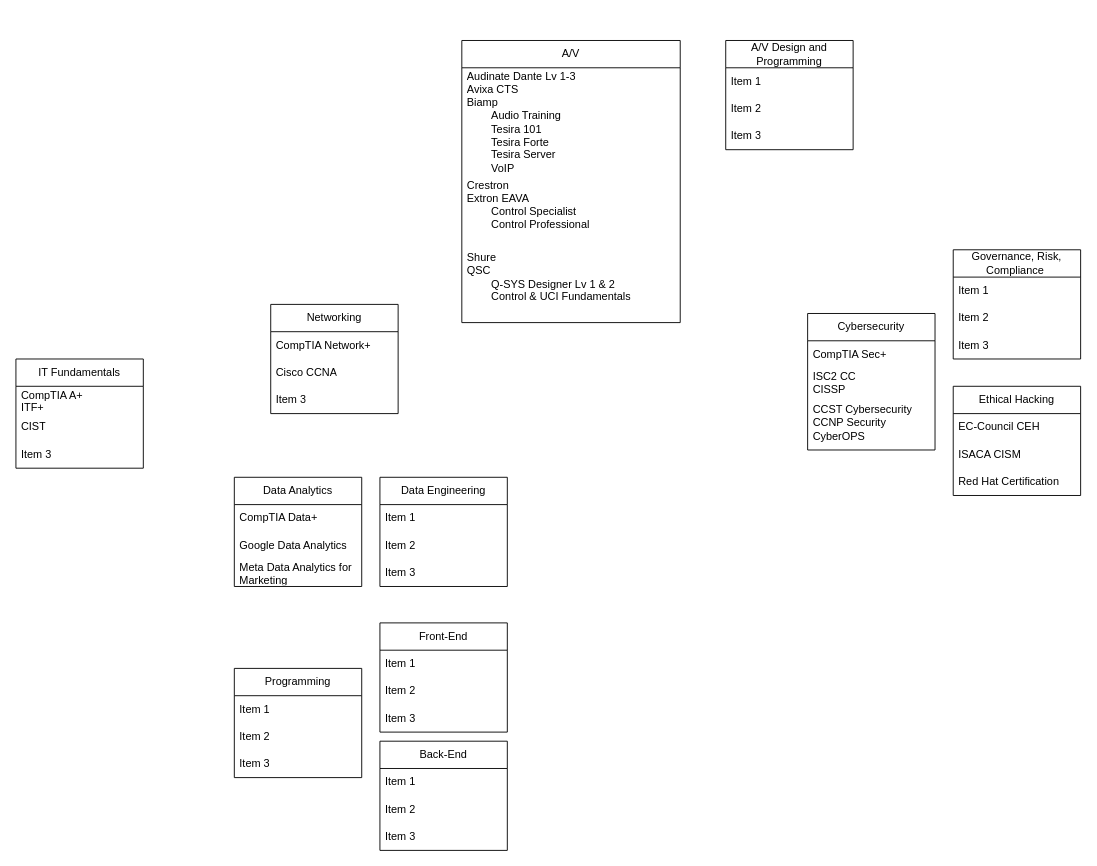
Above: Learning Path.drawio in cantcakick/HW (draw.io), before the change. Source tidied: cells renumbered, new cells numbered last; positions are measured from the earlier drawing's top-left corner, leaving out a move shared by most shapes. Both pictures are drawn from the tidied source at 91%, with x=0, y=0 at pixel (15, 40).
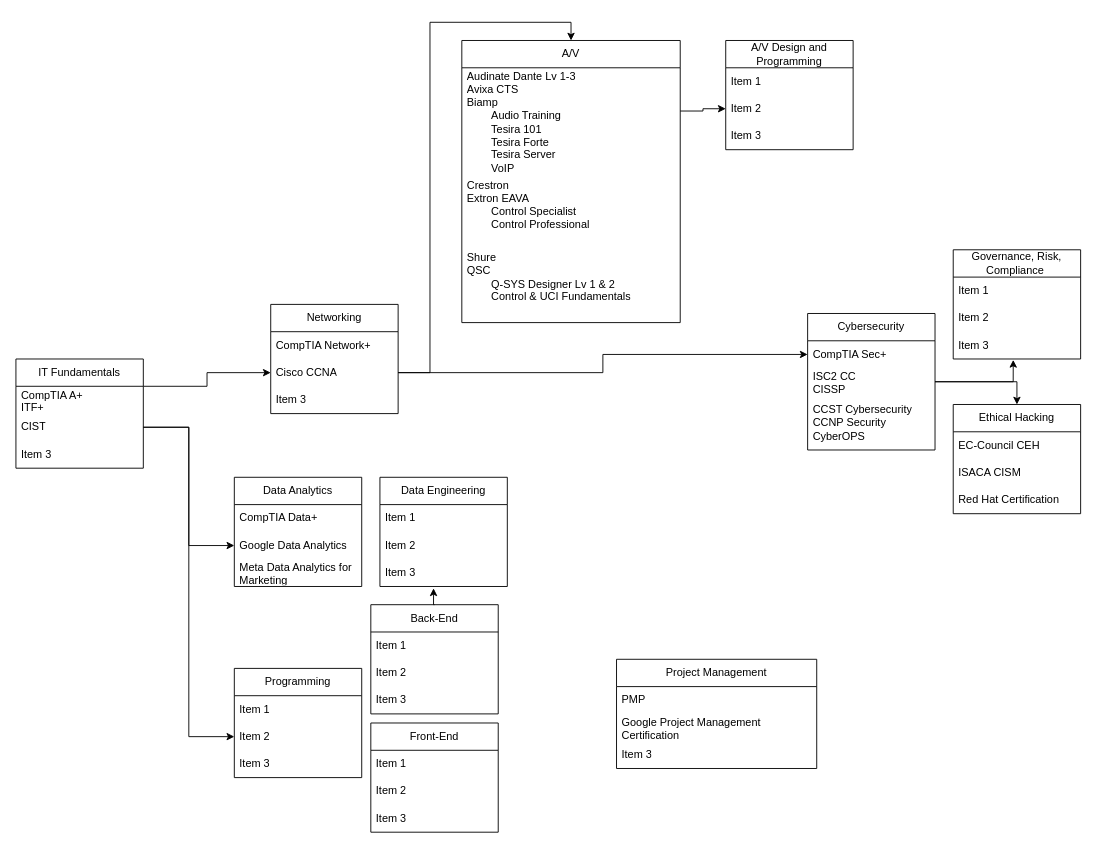
Above is the later version.

Unchanged cells that the change refers to:
```xml
<mxCell id="2" value="IT Fundamentals" style="swimlane;fontStyle=0;horizontal=1;startSize=30;whiteSpace=wrap;html=1;" parent="1" vertex="1">
  <mxGeometry y="350" width="140" height="120" as="geometry" />
</mxCell>
<mxCell id="4" value="CIST" style="text;strokeColor=none;fillColor=none;align=left;verticalAlign=middle;spacingLeft=4;spacingRight=4;overflow=hidden;points=[[0,0.5],[1,0.5]];portConstraint=eastwest;whiteSpace=wrap;html=1;" parent="2" vertex="1">
  <mxGeometry y="60" width="140" height="30" as="geometry" />
</mxCell>
<mxCell id="8" value="Cisco CCNA" style="text;strokeColor=none;fillColor=none;align=left;verticalAlign=middle;spacingLeft=4;spacingRight=4;overflow=hidden;points=[[0,0.5],[1,0.5]];portConstraint=eastwest;whiteSpace=wrap;html=1;" parent="6" vertex="1">
  <mxGeometry y="60" width="140" height="30" as="geometry" />
</mxCell>
<mxCell id="12" value="Google Data Analytics" style="text;strokeColor=none;fillColor=none;align=left;verticalAlign=middle;spacingLeft=4;spacingRight=4;overflow=hidden;points=[[0,0.5],[1,0.5]];portConstraint=eastwest;whiteSpace=wrap;html=1;" parent="10" vertex="1">
  <mxGeometry y="60" width="140" height="30" as="geometry" />
</mxCell>
<mxCell id="16" value="Item 2" style="text;strokeColor=none;fillColor=none;align=left;verticalAlign=middle;spacingLeft=4;spacingRight=4;overflow=hidden;points=[[0,0.5],[1,0.5]];portConstraint=eastwest;whiteSpace=wrap;html=1;" parent="14" vertex="1">
  <mxGeometry y="60" width="140" height="30" as="geometry" />
</mxCell>
<mxCell id="23" value="CompTIA Sec+" style="text;strokeColor=none;fillColor=none;align=left;verticalAlign=middle;spacingLeft=4;spacingRight=4;overflow=hidden;points=[[0,0.5],[1,0.5]];portConstraint=eastwest;whiteSpace=wrap;html=1;" parent="22" vertex="1">
  <mxGeometry y="30" width="140" height="30" as="geometry" />
</mxCell>
<mxCell id="24" value="ISC2 CC&lt;br&gt;CISSP" style="text;strokeColor=none;fillColor=none;align=left;verticalAlign=middle;spacingLeft=4;spacingRight=4;overflow=hidden;points=[[0,0.5],[1,0.5]];portConstraint=eastwest;whiteSpace=wrap;html=1;" parent="22" vertex="1">
  <mxGeometry y="60" width="140" height="30" as="geometry" />
</mxCell>
<mxCell id="29" value="Item 3" style="text;strokeColor=none;fillColor=none;align=left;verticalAlign=middle;spacingLeft=4;spacingRight=4;overflow=hidden;points=[[0,0.5],[1,0.5]];portConstraint=eastwest;whiteSpace=wrap;html=1;" parent="26" vertex="1">
  <mxGeometry y="90" width="140" height="30" as="geometry" />
</mxCell>
<mxCell id="33" value="Item 3" style="text;strokeColor=none;fillColor=none;align=left;verticalAlign=middle;spacingLeft=4;spacingRight=4;overflow=hidden;points=[[0,0.5],[1,0.5]];portConstraint=eastwest;whiteSpace=wrap;html=1;" parent="30" vertex="1">
  <mxGeometry y="90" width="140" height="30" as="geometry" />
</mxCell>
<mxCell id="34" value="A/V" style="swimlane;fontStyle=0;horizontal=1;startSize=30;whiteSpace=wrap;html=1;" parent="1" vertex="1">
  <mxGeometry x="490" width="240" height="310" as="geometry" />
</mxCell>
<mxCell id="48" value="Item 2" style="text;strokeColor=none;fillColor=none;align=left;verticalAlign=middle;spacingLeft=4;spacingRight=4;overflow=hidden;points=[[0,0.5],[1,0.5]];portConstraint=eastwest;whiteSpace=wrap;html=1;" parent="46" vertex="1">
  <mxGeometry y="60" width="140" height="30" as="geometry" />
</mxCell>
```

What changed in the source:
```diff
@@
+    <mxCell id="50" style="edgeStyle=orthogonalEdgeStyle;rounded=0;jettySize=auto;html=1;exitX=1;exitY=0.25;exitDx=0;exitDy=0;entryX=0;entryY=0.5;entryDx=0;entryDy=0;" parent="1" edge="1" source="2" target="8">
+      <mxGeometry relative="1" as="geometry" />
+    </mxCell>
@@
     <mxCell id="18" value="Ethical Hacking" style="swimlane;fontStyle=0;horizontal=1;startSize=30;whiteSpace=wrap;html=1;" parent="1" vertex="1">
-      <mxGeometry x="1030" y="380" width="140" height="120" as="geometry" />
+      <mxGeometry x="1030" y="400" width="140" height="120" as="geometry" />
     </mxCell>
@@
+    <mxCell id="51" style="edgeStyle=orthogonalEdgeStyle;rounded=0;jettySize=auto;html=1;exitX=1;exitY=0.25;exitDx=0;exitDy=0;entryX=0;entryY=0.5;entryDx=0;entryDy=0;" parent="1" edge="1" source="34" target="48">
+      <mxGeometry relative="1" as="geometry" />
+    </mxCell>
@@
     <mxCell id="38" value="Front-End" style="swimlane;fontStyle=0;horizontal=1;startSize=30;whiteSpace=wrap;html=1;" parent="1" vertex="1">
-      <mxGeometry x="400" y="640" width="140" height="120" as="geometry" />
+      <mxGeometry x="390" y="750" width="140" height="120" as="geometry" />
     </mxCell>
@@
     <mxCell id="42" value="Back-End" style="swimlane;fontStyle=0;horizontal=1;startSize=30;whiteSpace=wrap;html=1;" parent="1" vertex="1">
-      <mxGeometry x="400" y="770" width="140" height="120" as="geometry" />
+      <mxGeometry x="390" y="620" width="140" height="120" as="geometry" />
     </mxCell>
@@
+    <mxCell id="52" style="edgeStyle=orthogonalEdgeStyle;rounded=0;jettySize=auto;html=1;exitX=1;exitY=0.5;exitDx=0;exitDy=0;entryX=0.5;entryY=0;entryDx=0;entryDy=0;" parent="1" edge="1" source="8" target="34">
+      <mxGeometry relative="1" as="geometry" />
+    </mxCell>
+    <mxCell id="53" style="edgeStyle=orthogonalEdgeStyle;rounded=0;jettySize=auto;html=1;exitX=1;exitY=0.5;exitDx=0;exitDy=0;entryX=0.471;entryY=1.033;entryDx=0;entryDy=0;entryPerimeter=0;" parent="1" edge="1" source="24" target="29">
+      <mxGeometry relative="1" as="geometry" />
+    </mxCell>
+    <mxCell id="54" style="edgeStyle=orthogonalEdgeStyle;rounded=0;jettySize=auto;html=1;exitX=1;exitY=0.5;exitDx=0;exitDy=0;entryX=0.5;entryY=0;entryDx=0;entryDy=0;" parent="1" edge="1" source="24" target="18">
+      <mxGeometry relative="1" as="geometry" />
+    </mxCell>
+    <mxCell id="55" style="edgeStyle=orthogonalEdgeStyle;rounded=0;jettySize=auto;html=1;exitX=1;exitY=0.5;exitDx=0;exitDy=0;entryX=0;entryY=0.5;entryDx=0;entryDy=0;" parent="1" edge="1" source="4" target="12">
+      <mxGeometry relative="1" as="geometry" />
+    </mxCell>
+    <mxCell id="56" style="edgeStyle=orthogonalEdgeStyle;rounded=0;jettySize=auto;html=1;exitX=1;exitY=0.5;exitDx=0;exitDy=0;entryX=0;entryY=0.5;entryDx=0;entryDy=0;" parent="1" edge="1" source="4" target="16">
+      <mxGeometry relative="1" as="geometry" />
+    </mxCell>
+    <mxCell id="57" style="edgeStyle=orthogonalEdgeStyle;rounded=0;jettySize=auto;html=1;exitX=0.5;exitY=0;exitDx=0;exitDy=0;entryX=0.421;entryY=1.067;entryDx=0;entryDy=0;entryPerimeter=0;" parent="1" edge="1" source="42" target="33">
+      <mxGeometry relative="1" as="geometry" />
+    </mxCell>
+    <mxCell id="58" style="edgeStyle=orthogonalEdgeStyle;rounded=0;jettySize=auto;html=1;exitX=1;exitY=0.5;exitDx=0;exitDy=0;entryX=0;entryY=0.5;entryDx=0;entryDy=0;" parent="1" edge="1" source="8" target="23">
+      <mxGeometry relative="1" as="geometry" />
+    </mxCell>
+    <mxCell id="59" value="Project Management" style="swimlane;fontStyle=0;horizontal=1;startSize=30;whiteSpace=wrap;html=1;" parent="1" vertex="1">
+      <mxGeometry x="660" y="680" width="220" height="120" as="geometry" />
+    </mxCell>
+    <mxCell id="60" value="PMP" style="text;strokeColor=none;fillColor=none;align=left;verticalAlign=middle;spacingLeft=4;spacingRight=4;overflow=hidden;whiteSpace=wrap;html=1;" parent="59" vertex="1">
+      <mxGeometry y="30" width="220" height="30" as="geometry" />
+    </mxCell>
+    <mxCell id="61" value="Google Project Management Certification" style="text;strokeColor=none;fillColor=none;align=left;verticalAlign=middle;spacingLeft=4;spacingRight=4;overflow=hidden;whiteSpace=wrap;html=1;" parent="59" vertex="1">
+      <mxGeometry y="60" width="220" height="30" as="geometry" />
+    </mxCell>
+    <mxCell id="62" value="Item 3" style="text;strokeColor=none;fillColor=none;align=left;verticalAlign=middle;spacingLeft=4;spacingRight=4;overflow=hidden;whiteSpace=wrap;html=1;" parent="59" vertex="1">
+      <mxGeometry y="90" width="220" height="30" as="geometry" />
+    </mxCell>
```
